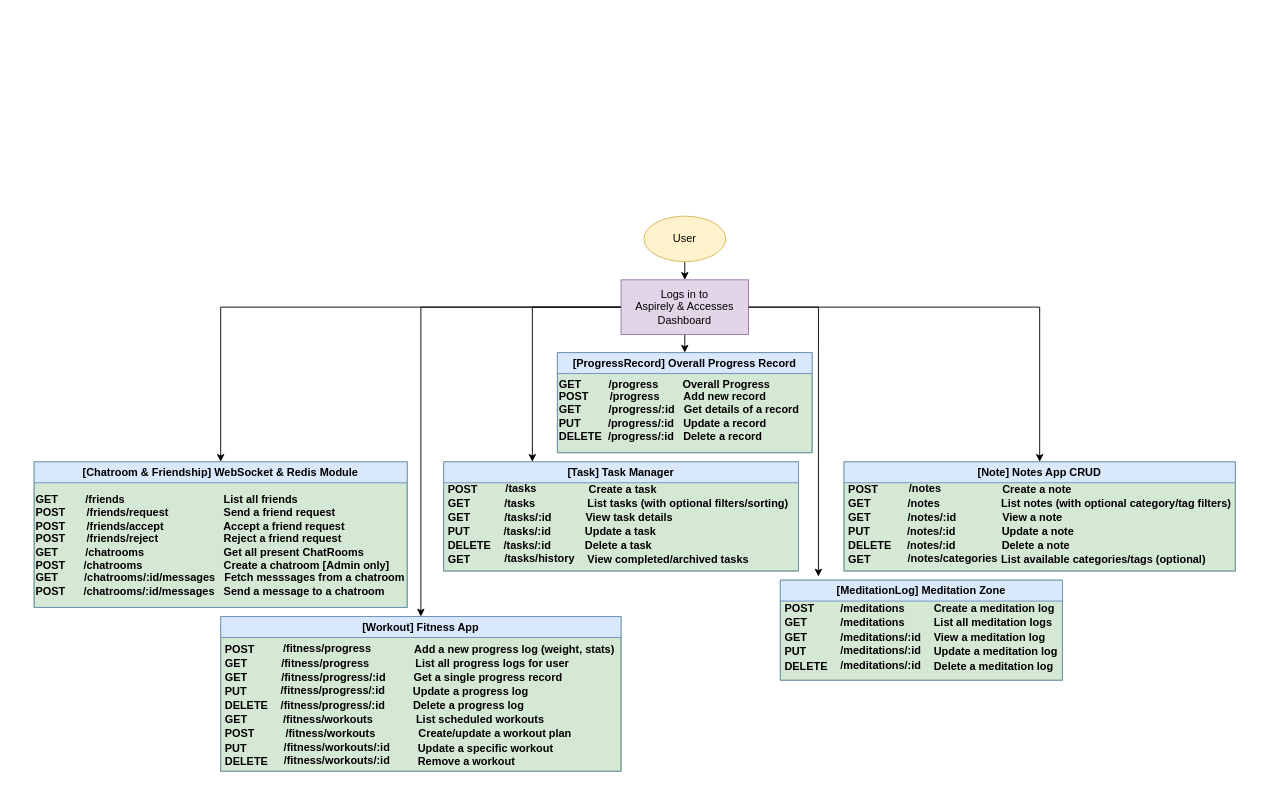
Before: documentation/diagrams/aspirely_routing_diagram.drawio in NinadWalke/Aspirely, a draw.io diagram. Source tidied: cells renumbered, new cells numbered last; positions are measured from the earlier drawing's top-left corner, leaving out a move shared by most shapes. Both pictures are drawn from the tidied source at 91%, with x=0, y=0 at pixel (15, 207).
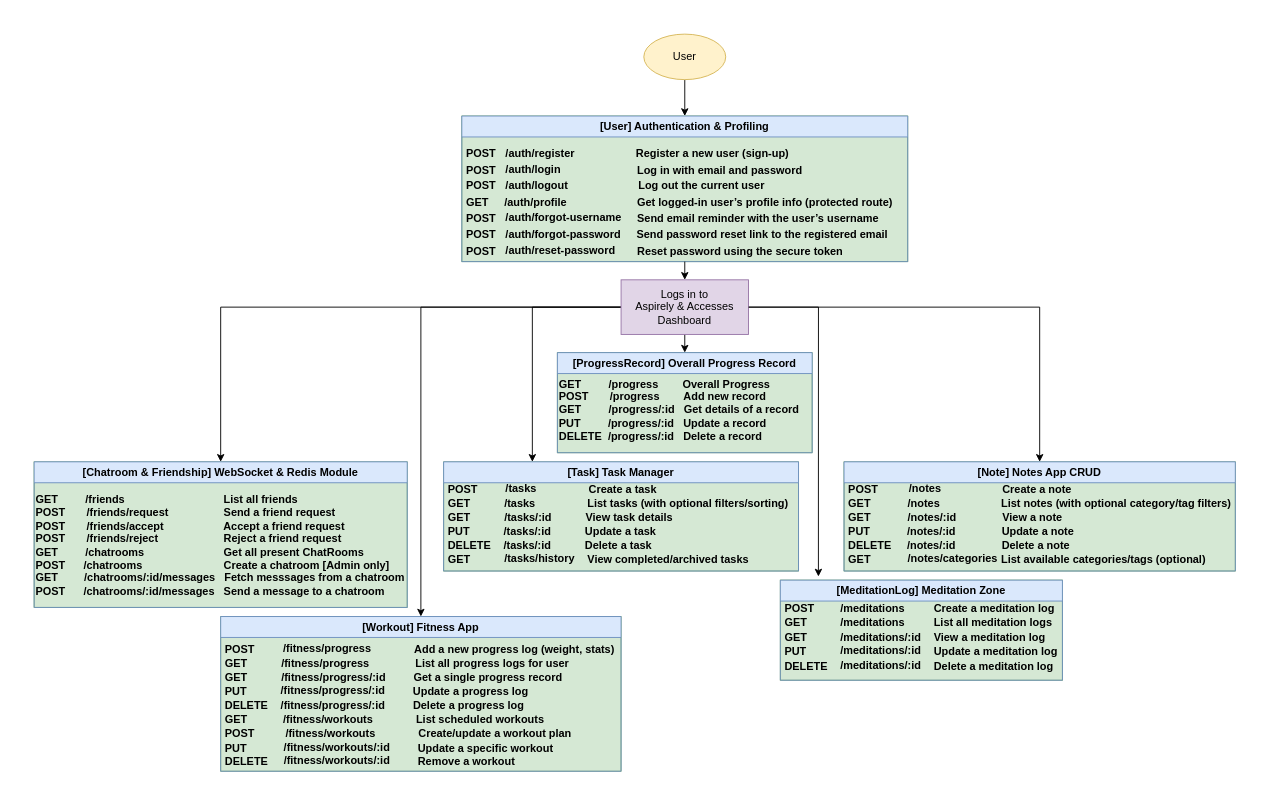
Above is the later version.

Commit message (it also covers changes not shown here):
docs: updated and finalised routing diagram. proceeding to routing creation

Unchanged cells that the change refers to:
```xml
<mxCell id="9" value="Logs in to&lt;div&gt;Aspirely &amp;amp; Accesses&lt;/div&gt;&lt;div&gt;Dashboard&lt;/div&gt;" style="rounded=0;whiteSpace=wrap;html=1;fillColor=#e1d5e7;strokeColor=#9673a6;" parent="1" vertex="1">
  <mxGeometry x="665" y="80" width="140" height="60" as="geometry" />
</mxCell>
```

Diff of the diagram source:
```diff
@@
-    <mxCell id="2" style="edgeStyle=orthogonalEdgeStyle;rounded=0;jettySize=auto;html=1;exitX=0.5;exitY=1;exitDx=0;exitDy=0;entryX=0.5;entryY=0;entryDx=0;entryDy=0;" parent="1" edge="1" source="3" target="9">
-      <mxGeometry relative="1" as="geometry" />
-    </mxCell>
+    <mxCell id="30" style="edgeStyle=orthogonalEdgeStyle;rounded=0;jettySize=auto;html=1;exitX=0.5;exitY=1;exitDx=0;exitDy=0;entryX=0.5;entryY=0;entryDx=0;entryDy=0;" parent="1" edge="1" source="3" target="32">
+      <mxGeometry relative="1" as="geometry" />
+    </mxCell>
     <mxCell id="3" value="User" style="ellipse;whiteSpace=wrap;html=1;fillColor=#fff2cc;strokeColor=#d6b656;" parent="1" vertex="1">
-      <mxGeometry x="690" y="10" width="90" height="50" as="geometry" />
+      <mxGeometry x="690" y="-190" width="90" height="50" as="geometry" />
     </mxCell>
@@
     <mxCell id="29" style="rounded=0;whiteSpace=wrap;html=1;fillColor=none;strokeColor=none;" parent="1" vertex="1">
-      <mxGeometry width="1360" height="640" as="geometry" />
+      <mxGeometry y="-210" width="1370" height="850" as="geometry" />
     </mxCell>
+    <mxCell id="31" style="group;fillColor=#d5e8d4;strokeColor=#82b366;" parent="1" vertex="1">
+      <mxGeometry x="490" y="-100" width="490" height="160" as="geometry" />
+    </mxCell>
+    <mxCell id="32" value="[User] Authentication &amp;amp; Profiling" style="swimlane;whiteSpace=wrap;html=1;fillColor=#dae8fc;strokeColor=#6c8ebf;" parent="31" vertex="1">
+      <mxGeometry width="490" height="160" as="geometry" />
+    </mxCell>
+    <mxCell id="33" value="&lt;div style=&quot;line-height: 90%;&quot;&gt;&lt;table&gt;&lt;tbody&gt;&lt;tr&gt;&lt;td&gt;&lt;strong&gt;&lt;font face=&quot;Helvetica&quot;&gt;POST&lt;/font&gt;&lt;/strong&gt;&lt;/td&gt;&lt;td&gt;&lt;code&gt;&lt;font face=&quot;Helvetica&quot;&gt;&lt;b&gt;&amp;nbsp; /auth/register&lt;/b&gt;&lt;/font&gt;&lt;/code&gt;&lt;/td&gt;&lt;td&gt;&lt;font face=&quot;Helvetica&quot;&gt;&lt;b&gt;&lt;span style=&quot;white-space: pre;&quot;&gt;&#9;&lt;/span&gt;&lt;span style=&quot;white-space: pre;&quot;&gt;&#9;&lt;/span&gt;&amp;nbsp; &amp;nbsp;Register a new user (sign-up)&lt;/b&gt;&lt;/font&gt;&lt;/td&gt;&lt;/tr&gt;&lt;/tbody&gt;&lt;/table&gt;&lt;table&gt;&lt;tbody&gt;&lt;tr&gt;&lt;td&gt;&lt;strong&gt;&lt;font face=&quot;Helvetica&quot;&gt;POST&lt;/font&gt;&lt;/strong&gt;&lt;/td&gt;&lt;td&gt;&lt;code&gt;&lt;font face=&quot;Helvetica&quot;&gt;&lt;b&gt;&amp;nbsp; /auth/login&lt;/b&gt;&lt;/font&gt;&lt;/code&gt;&lt;/td&gt;&lt;td&gt;&lt;font face=&quot;Helvetica&quot;&gt;&lt;b&gt;&lt;span style=&quot;white-space: pre;&quot;&gt;&#9;&lt;/span&gt;&lt;span style=&quot;white-space: pre;&quot;&gt;&#9;&lt;/span&gt;&amp;nbsp; &amp;nbsp; &amp;nbsp; &amp;nbsp; Log in with email and password&lt;/b&gt;&lt;/font&gt;&lt;/td&gt;&lt;/tr&gt;&lt;/tbody&gt;&lt;/table&gt;&lt;table&gt;&lt;tbody&gt;&lt;tr&gt;&lt;td&gt;&lt;strong&gt;&lt;font face=&quot;Helvetica&quot;&gt;POST&lt;/font&gt;&lt;/strong&gt;&lt;/td&gt;&lt;td&gt;&lt;code&gt;&lt;font face=&quot;Helvetica&quot;&gt;&lt;b&gt;&amp;nbsp; /auth/logout&lt;/b&gt;&lt;/font&gt;&lt;/code&gt;&lt;/td&gt;&lt;td&gt;&lt;font face=&quot;Helvetica&quot;&gt;&lt;b&gt;&lt;span style=&quot;white-space: pre;&quot;&gt;&#9;&lt;/span&gt;&lt;span style=&quot;white-space: pre;&quot;&gt;&#9;&lt;/span&gt;&amp;nbsp; &amp;nbsp; &amp;nbsp; Log out the current user&lt;/b&gt;&lt;/font&gt;&lt;/td&gt;&lt;/tr&gt;&lt;/tbody&gt;&lt;/table&gt;&lt;table&gt;&lt;tbody&gt;&lt;tr&gt;&lt;td&gt;&lt;strong&gt;&lt;font face=&quot;Helvetica&quot;&gt;GET&lt;/font&gt;&lt;/strong&gt;&lt;/td&gt;&lt;td&gt;&lt;code&gt;&lt;font face=&quot;Helvetica&quot;&gt;&lt;b&gt;&amp;nbsp; &amp;nbsp; /auth/profile&lt;/b&gt;&lt;/font&gt;&lt;/code&gt;&lt;/td&gt;&lt;td&gt;&lt;font face=&quot;Helvetica&quot;&gt;&lt;b&gt;&lt;span style=&quot;white-space: pre;&quot;&gt;&#9;&lt;/span&gt;&amp;nbsp; &amp;nbsp;&lt;span style=&quot;white-space: pre;&quot;&gt;&#9;&lt;/span&gt;&amp;nbsp; &amp;nbsp; &amp;nbsp;&amp;nbsp;Get logged-in user’s profile info (protected route)&lt;/b&gt;&lt;/font&gt;&lt;/td&gt;&lt;/tr&gt;&lt;/tbody&gt;&lt;/table&gt;&lt;table&gt;&lt;tbody&gt;&lt;tr&gt;&lt;td&gt;&lt;strong&gt;&lt;font face=&quot;Helvetica&quot;&gt;POST&amp;nbsp;&lt;/font&gt;&lt;/strong&gt;&lt;/td&gt;&lt;td&gt;&lt;code&gt;&lt;font face=&quot;Helvetica&quot;&gt;&lt;b&gt;&amp;nbsp;/auth/forgot-username&lt;/b&gt;&lt;/font&gt;&lt;/code&gt;&lt;/td&gt;&lt;td&gt;&lt;font face=&quot;Helvetica&quot;&gt;&lt;b&gt;&amp;nbsp; &amp;nbsp; Send email reminder with the user’s username&lt;/b&gt;&lt;/font&gt;&lt;/td&gt;&lt;/tr&gt;&lt;/tbody&gt;&lt;/table&gt;&lt;table&gt;&lt;tbody&gt;&lt;tr&gt;&lt;td&gt;&lt;strong&gt;&lt;font face=&quot;Helvetica&quot;&gt;POST&lt;/font&gt;&lt;/strong&gt;&lt;/td&gt;&lt;td&gt;&lt;code&gt;&lt;font face=&quot;Helvetica&quot;&gt;&lt;b&gt;&amp;nbsp; /auth/forgot-password&lt;/b&gt;&lt;/font&gt;&lt;/code&gt;&lt;/td&gt;&lt;td&gt;&lt;font face=&quot;Helvetica&quot;&gt;&lt;b&gt;&amp;nbsp; &amp;nbsp; Send password reset link to the registered email&lt;/b&gt;&lt;/font&gt;&lt;/td&gt;&lt;/tr&gt;&lt;/tbody&gt;&lt;/table&gt;&lt;table&gt;&lt;tbody&gt;&lt;tr&gt;&lt;td&gt;&lt;strong&gt;&lt;font face=&quot;Helvetica&quot;&gt;POST&lt;/font&gt;&lt;/strong&gt;&lt;/td&gt;&lt;td&gt;&lt;code&gt;&lt;font face=&quot;Helvetica&quot;&gt;&lt;b&gt;&amp;nbsp; /auth/reset-password&lt;/b&gt;&lt;/font&gt;&lt;/code&gt;&lt;/td&gt;&lt;td&gt;&lt;font face=&quot;Helvetica&quot;&gt;&lt;b&gt;&amp;nbsp; &amp;nbsp; &amp;nbsp; Reset password using the secure token&amp;nbsp;&lt;/b&gt;&lt;/font&gt;&lt;/td&gt;&lt;/tr&gt;&lt;/tbody&gt;&lt;/table&gt;&lt;/div&gt;" style="text;html=1;whiteSpace=wrap;strokeColor=none;fillColor=none;align=left;verticalAlign=middle;rounded=0;" parent="32" vertex="1">
+      <mxGeometry y="30" width="490" height="130" as="geometry" />
+    </mxCell>
+    <mxCell id="34" style="edgeStyle=orthogonalEdgeStyle;rounded=0;jettySize=auto;html=1;exitX=0.5;exitY=1;exitDx=0;exitDy=0;entryX=0.5;entryY=0;entryDx=0;entryDy=0;" parent="1" edge="1" source="33" target="9">
+      <mxGeometry relative="1" as="geometry" />
+    </mxCell>
```
